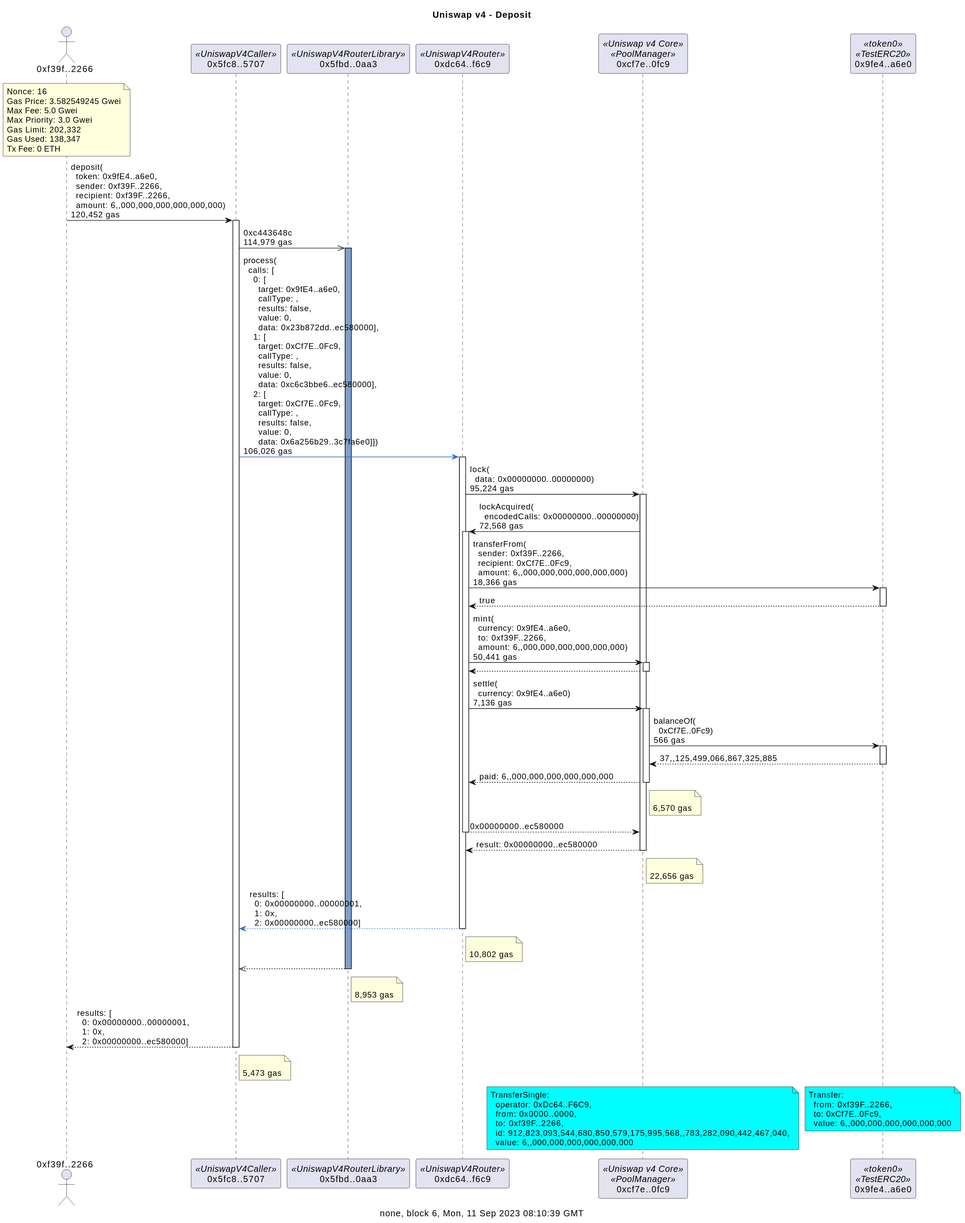
naddison36/uniswap-v4-hooks keeps this PlantUML diagram as docs/depositDetailed.svg. Above is the earlier version.
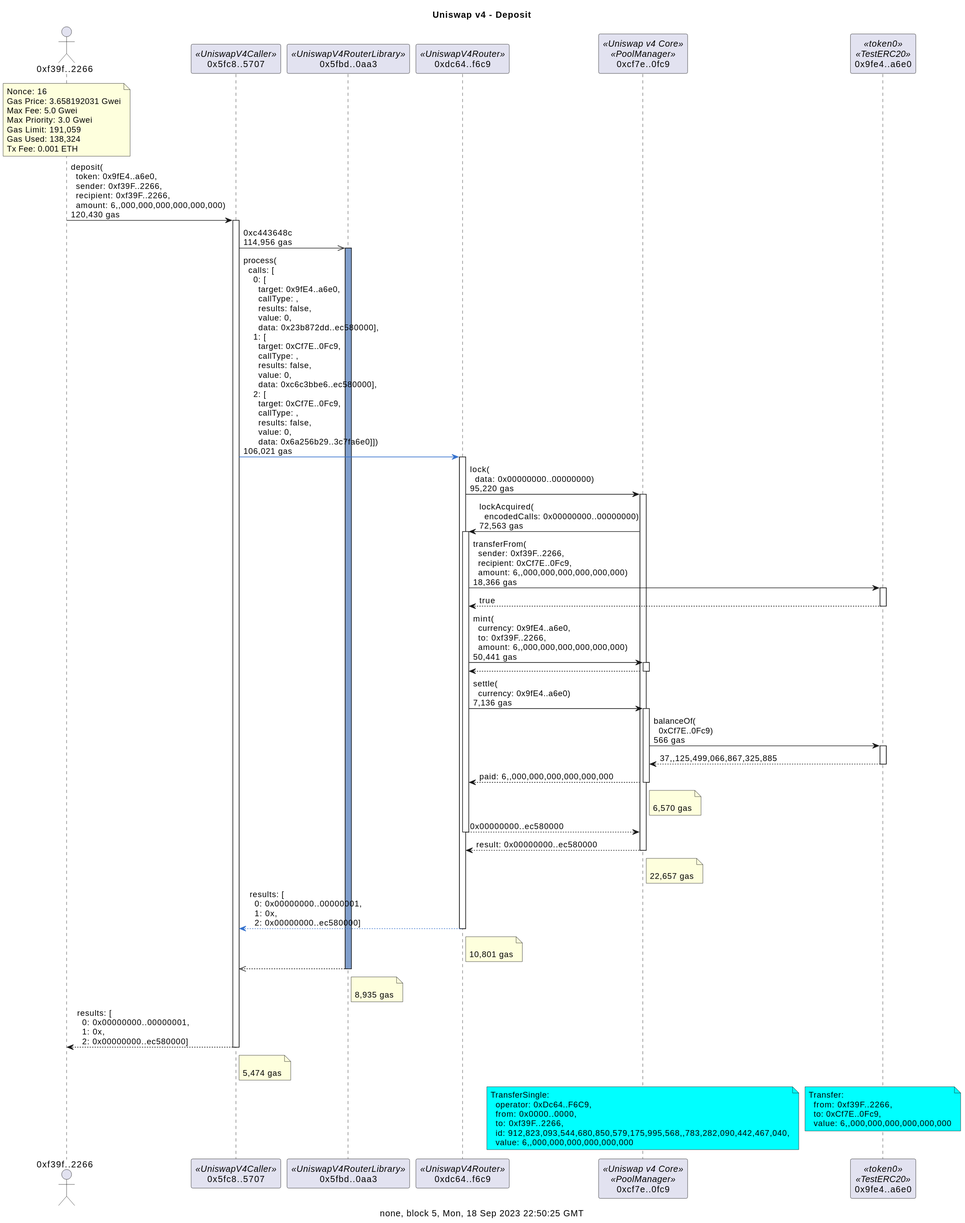
After the change.

Change to the diagram source:
```diff
@@ -1,7 +1,7 @@
 @startuml
 title Uniswap v4 - Deposit
 
-caption none, block 6, Mon, 11 Sep 2023 08:10:39 GMT
+caption none, block 5, Mon, 18 Sep 2023 22:50:25 GMT
 actor "0xf39f..2266" as f39f2266
 participant "0x5fc8..5707" as 5fc85707 <<UniswapV4Caller>>
 participant "0x5fbd..0aa3" as 5fbd0aa3 <<UniswapV4RouterLibrary>>
@@ -11,23 +11,23 @@
 
 note over f39f2266
 Nonce: 16
-Gas Price: 3.582549245 Gwei
+Gas Price: 3.658192031 Gwei
 Max Fee: 5.0 Gwei
 Max Priority: 3.0 Gwei
-Gas Limit: 202,332
-Gas Used: 138,347
-Tx Fee: 0 ETH
+Gas Limit: 191,059
+Gas Used: 138,324
+Tx Fee: 0.001 ETH
 end note
 
-f39f2266 -> 5fc85707: deposit(\n  token: 0x9fE4..a6e0,\n  sender: 0xf39F..2266,\n  recipient: 0xf39F..2266,\n  amount: 6,,000,000,000,000,000,000)\n120,452 gas
+f39f2266 -> 5fc85707: deposit(\n  token: 0x9fE4..a6e0,\n  sender: 0xf39F..2266,\n  recipient: 0xf39F..2266,\n  amount: 6,,000,000,000,000,000,000)\n120,430 gas
 activate 5fc85707
-5fc85707 ->> 5fbd0aa3: 0xc443648c\n114,979 gas
+5fc85707 ->> 5fbd0aa3: 0xc443648c\n114,956 gas
 activate 5fbd0aa3 #809ECB
-5fc85707 -[#3471CD]> dc64f6c9: process(\n  calls: [\n    0: [\n      target: 0x9fE4..a6e0,\n      callType: ,\n      results: false,\n      value: 0,\n      data: 0x23b872dd..ec580000],\n    1: [\n      target: 0xCf7E..0Fc9,\n      callType: ,\n      results: false,\n      value: 0,\n      data: 0xc6c3bbe6..ec580000],\n    2: [\n      target: 0xCf7E..0Fc9,\n      callType: ,\n      results: false,\n      value: 0,\n      data: 0x6a256b29..3c7fa6e0]])\n106,026 gas
+5fc85707 -[#3471CD]> dc64f6c9: process(\n  calls: [\n    0: [\n      target: 0x9fE4..a6e0,\n      callType: ,\n      results: false,\n      value: 0,\n      data: 0x23b872dd..ec580000],\n    1: [\n      target: 0xCf7E..0Fc9,\n      callType: ,\n      results: false,\n      value: 0,\n      data: 0xc6c3bbe6..ec580000],\n    2: [\n      target: 0xCf7E..0Fc9,\n      callType: ,\n      results: false,\n      value: 0,\n      data: 0x6a256b29..3c7fa6e0]])\n106,021 gas
 activate dc64f6c9
-dc64f6c9 -> cf7e0fc9: lock(\n  data: 0x00000000..00000000)\n95,224 gas
+dc64f6c9 -> cf7e0fc9: lock(\n  data: 0x00000000..00000000)\n95,220 gas
 activate cf7e0fc9
-cf7e0fc9 -> dc64f6c9: lockAcquired(\n  encodedCalls: 0x00000000..00000000)\n72,568 gas
+cf7e0fc9 -> dc64f6c9: lockAcquired(\n  encodedCalls: 0x00000000..00000000)\n72,563 gas
 activate dc64f6c9
 dc64f6c9 -> 9fe4a6e0: transferFrom(\n  sender: 0xf39F..2266,\n  recipient: 0xCf7E..0Fc9,\n  amount: 6,,000,000,000,000,000,000)\n18,366 gas
 activate 9fe4a6e0
@@ -44,13 +44,13 @@
 note right of cf7e0fc9: \n6,570 gas
 return 0x00000000..ec580000
 return result: 0x00000000..ec580000
-note right of cf7e0fc9: \n22,656 gas
+note right of cf7e0fc9: \n22,657 gas
 return results: [\n  0: 0x00000000..00000001,\n  1: 0x,\n  2: 0x00000000..ec580000]
-note right of dc64f6c9: \n10,802 gas
+note right of dc64f6c9: \n10,801 gas
 return
-note right of 5fbd0aa3: \n8,953 gas
+note right of 5fbd0aa3: \n8,935 gas
 return results: [\n  0: 0x00000000..00000001,\n  1: 0x,\n  2: 0x00000000..ec580000]
-note right of 5fc85707: \n5,473 gas
+note right of 5fc85707: \n5,474 gas
 
 note over cf7e0fc9 #aqua
 TransferSingle:
```
